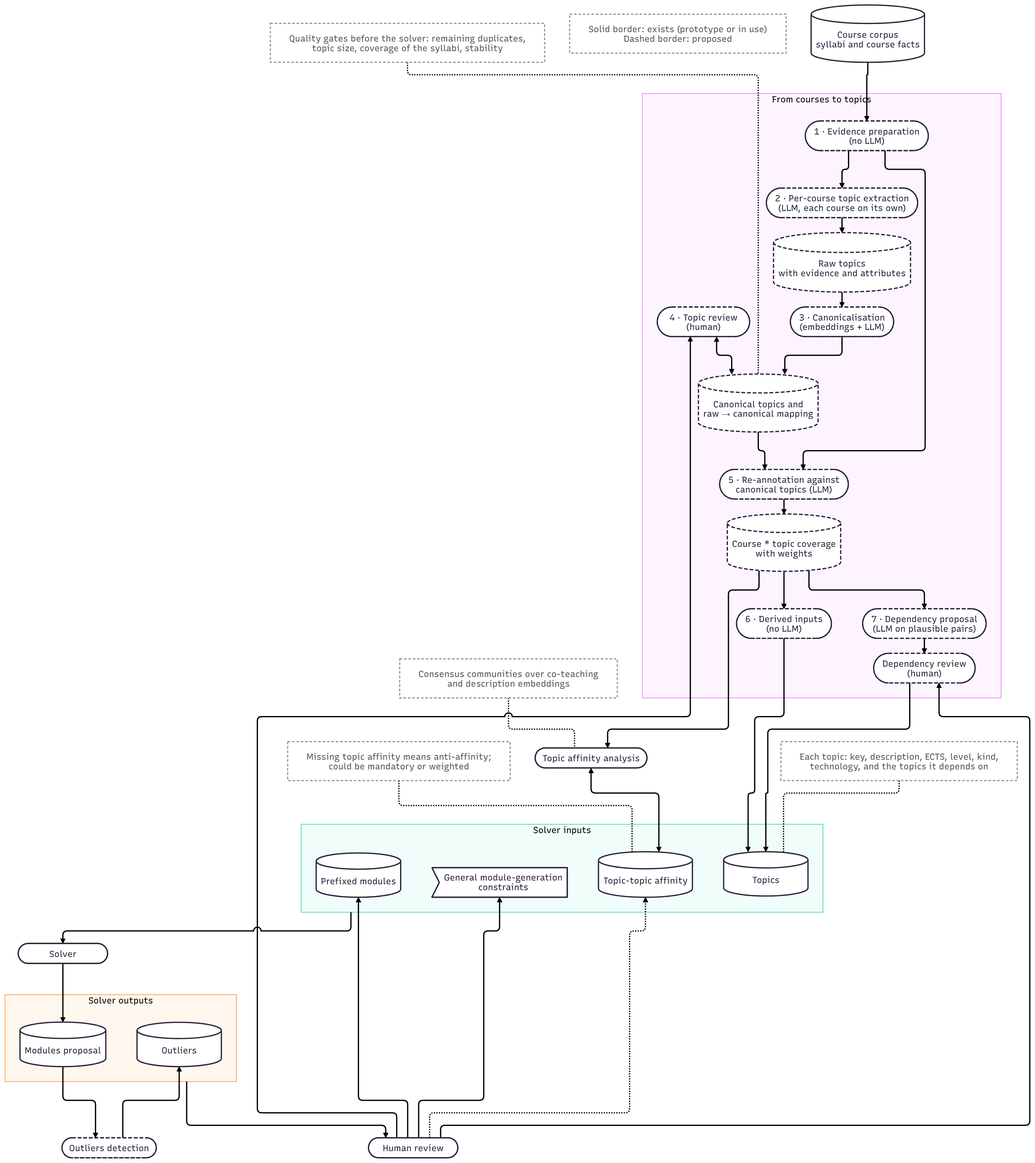
Before: 0.pipeline design/analysis-pipeline.png, a diagram exported from Mermaid (thesave/course_restructuing_pipeline). Its source is kept beside it as 0.pipeline design/analysis-pipeline.mmd. Its diagram source:
```mermaid
flowchart TB
  courses[("Course corpus<br/>syllabi and course facts")]

  subgraph upstream ["From courses to topics"]
    evidence(["1 · Evidence preparation<br/>(no LLM)"]):::proposed
    extraction(["2 · Per-course topic extraction<br/>(LLM, each course on its own)"]):::proposed
    raw[("Raw topics<br/>with evidence and attributes")]:::proposed
    canonicalisation(["3 · Canonicalisation<br/>(embeddings + LLM)"]):::proposed
    mapping[("Canonical topics and<br/>raw → canonical mapping")]:::proposed
    topic_review(["4 · Topic review<br/>(human)"]):::proposed
    annotation(["5 · Re-annotation against<br/>canonical topics (LLM)"]):::proposed
    coverage[("Course * topic coverage<br/>with weights")]:::proposed
    derivation(["6 · Derived inputs<br/>(no LLM)"]):::proposed
    dependency_proposal(["7 · Dependency proposal<br/>(LLM on plausible pairs)"]):::proposed
    dependency_review(["Dependency review<br/>(human)"]):::proposed
  end
  quality_note["Quality gates before the solver: remaining duplicates,<br/>topic size, coverage of the syllabi, stability"]:::note

  affinity_analysis(["Topic affinity analysis"])
  affinity_analysis_note["Consensus communities over co-teaching<br/>and description embeddings"]:::note

  subgraph inputs ["Solver inputs"]
    topics[("Topics")]
    affinity[("Topic-topic affinity")]
    constraints>"General module-generation<br/>constraints"]
    prefixed[("Prefixed modules")]
  end
  topics_note["Each topic: key, description, ECTS, level, kind,<br/>technology, and the topics it depends on"]:::note
  affinity_note["Missing topic affinity means anti-affinity;<br/>could be mandatory or weighted"]:::note

  solver([Solver])

  subgraph outputs ["Solver outputs"]
    proposal[("Modules proposal")]
    outliers[("Outliers")]
  end
  outlier_detection(["Outliers detection"]):::proposed

  review([Human review])
  legend["Solid border: exists (prototype or in use)<br/>Dashed border: proposed"]:::note

  courses --> evidence --> extraction --> raw --> canonicalisation --> mapping
  topic_review <--> mapping
  mapping --> annotation
  evidence --> annotation
  annotation --> coverage --> derivation --> topics
  coverage --> dependency_proposal --> dependency_review --> topics
  coverage --> affinity_analysis <--> affinity
  quality_note -.- mapping
  affinity_analysis_note -.- affinity_analysis
  topics_note -.- topics
  affinity_note -.- affinity

  inputs --> solver --> proposal
  proposal --> outlier_detection --> outliers
  outputs --> review

  review --> topic_review
  review --> dependency_review
  review --> prefixed
  review -.-> affinity
  review --> constraints

  classDef note fill:none,stroke:#999,stroke-dasharray:4 3,color:#555
  classDef proposed stroke-dasharray:6 3
```
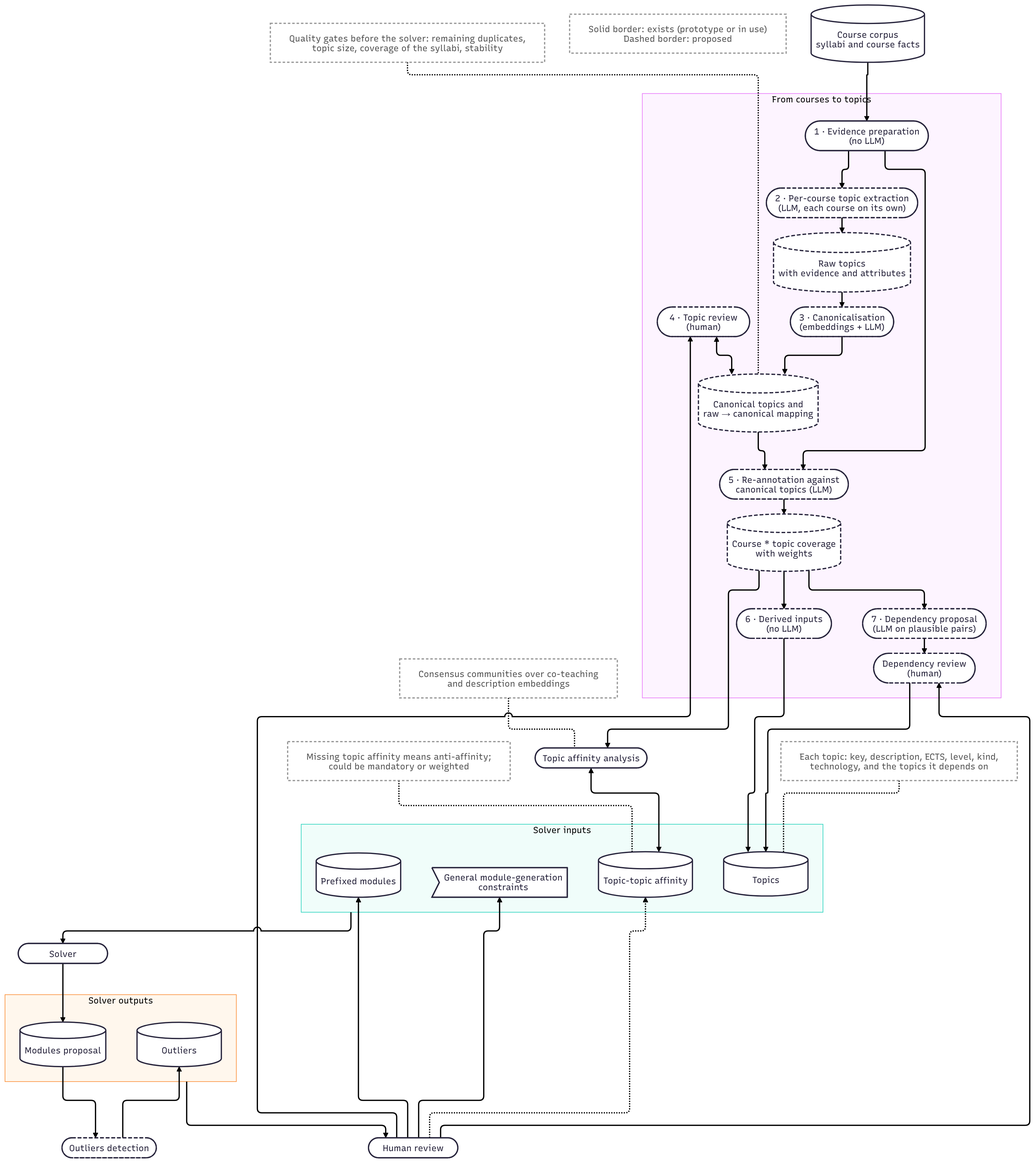
The same file after the commit.

What changed in the source:
```diff
@@ -2,7 +2,7 @@
   courses[("Course corpus<br/>syllabi and course facts")]
 
   subgraph upstream ["From courses to topics"]
-    evidence(["1 · Evidence preparation<br/>(no LLM)"]):::proposed
+    evidence(["1 · Evidence preparation<br/>(no LLM)"])
     extraction(["2 · Per-course topic extraction<br/>(LLM, each course on its own)"]):::proposed
     raw[("Raw topics<br/>with evidence and attributes")]:::proposed
     canonicalisation(["3 · Canonicalisation<br/>(embeddings + LLM)"]):::proposed
```
